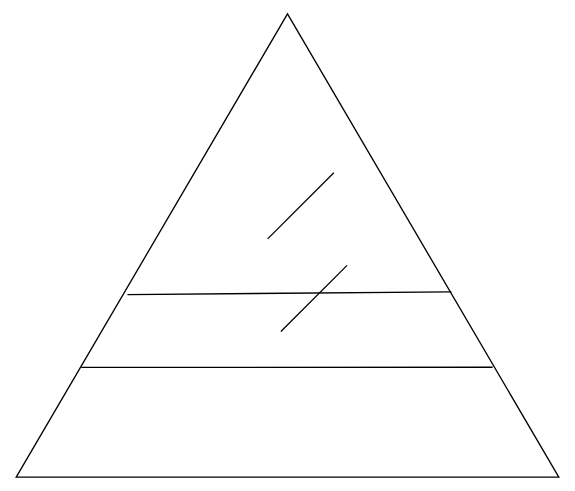
Above: 笔记/前端/设计模式/assets/Untitled Diagram.svg in Echo-Yanglulu/obsidianPrivateNote (draw.io), before the change. Source tidied: cells renumbered, new cells last; positions are measured from the earlier drawing's top-left corner, leaving out a move shared by most shapes.
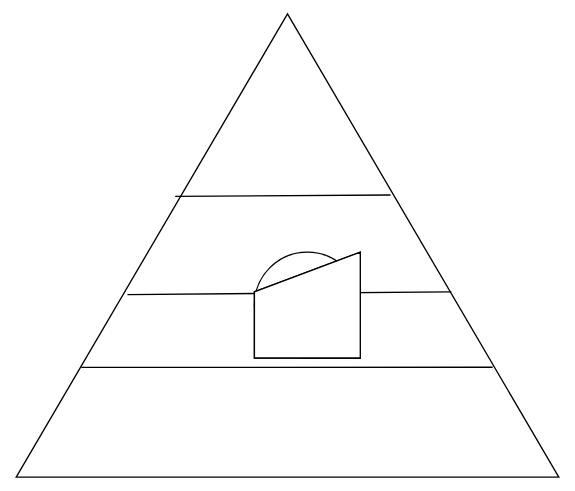
The same diagram one commit later.

What changed in the source:
```diff
@@ -13,17 +13,17 @@
     <mxCell id="4" style="endArrow=none;html=1;exitX=0.394;exitY=0.205;exitDx=0;exitDy=0;exitPerimeter=0;entryX=0.4;entryY=0.802;entryDx=0;entryDy=0;entryPerimeter=0;" parent="1" edge="1" source="2" target="2">
       <mxGeometry relative="1" as="geometry" />
     </mxCell>
-    <mxCell id="5" style="endArrow=none;html=1;" parent="1" edge="1">
-      <mxGeometry relative="1" as="geometry">
-        <mxPoint x="170" y="270" as="sourcePoint" />
-        <mxPoint x="220" y="220" as="targetPoint" />
-      </mxGeometry>
-    </mxCell>
-    <mxCell id="6" style="endArrow=none;html=1;" parent="1" edge="1">
-      <mxGeometry relative="1" as="geometry">
-        <mxPoint x="160" y="200" as="sourcePoint" />
-        <mxPoint x="210" y="150" as="targetPoint" />
-      </mxGeometry>
+    <mxCell id="6" style="endArrow=none;html=1;exitX=0.606;exitY=0.293;exitDx=0;exitDy=0;exitPerimeter=0;entryX=0.609;entryY=0.69;entryDx=0;entryDy=0;entryPerimeter=0;" parent="1" edge="1" source="2" target="2">
+      <mxGeometry relative="1" as="geometry" />
     </mxCell>
+    <mxCell id="7" style="shape=tapeData;whiteSpace=wrap;html=1;perimeter=ellipsePerimeter;" parent="1" vertex="1">
+      <mxGeometry x="150" y="210" width="80" height="80" as="geometry" />
+    </mxCell>
+    <mxCell id="8" style="shape=manualInput;whiteSpace=wrap;html=1;" parent="1" vertex="1">
+      <mxGeometry x="150" y="210" width="80" height="80" as="geometry" />
+    </mxCell>
+    <mxCell id="9" style="shape=manualInput;whiteSpace=wrap;html=1;" parent="1" vertex="1">
+      <mxGeometry x="150" y="210" width="80" height="80" as="geometry" />
+    </mxCell>
   </root>
 </mxGraphModel>
```
